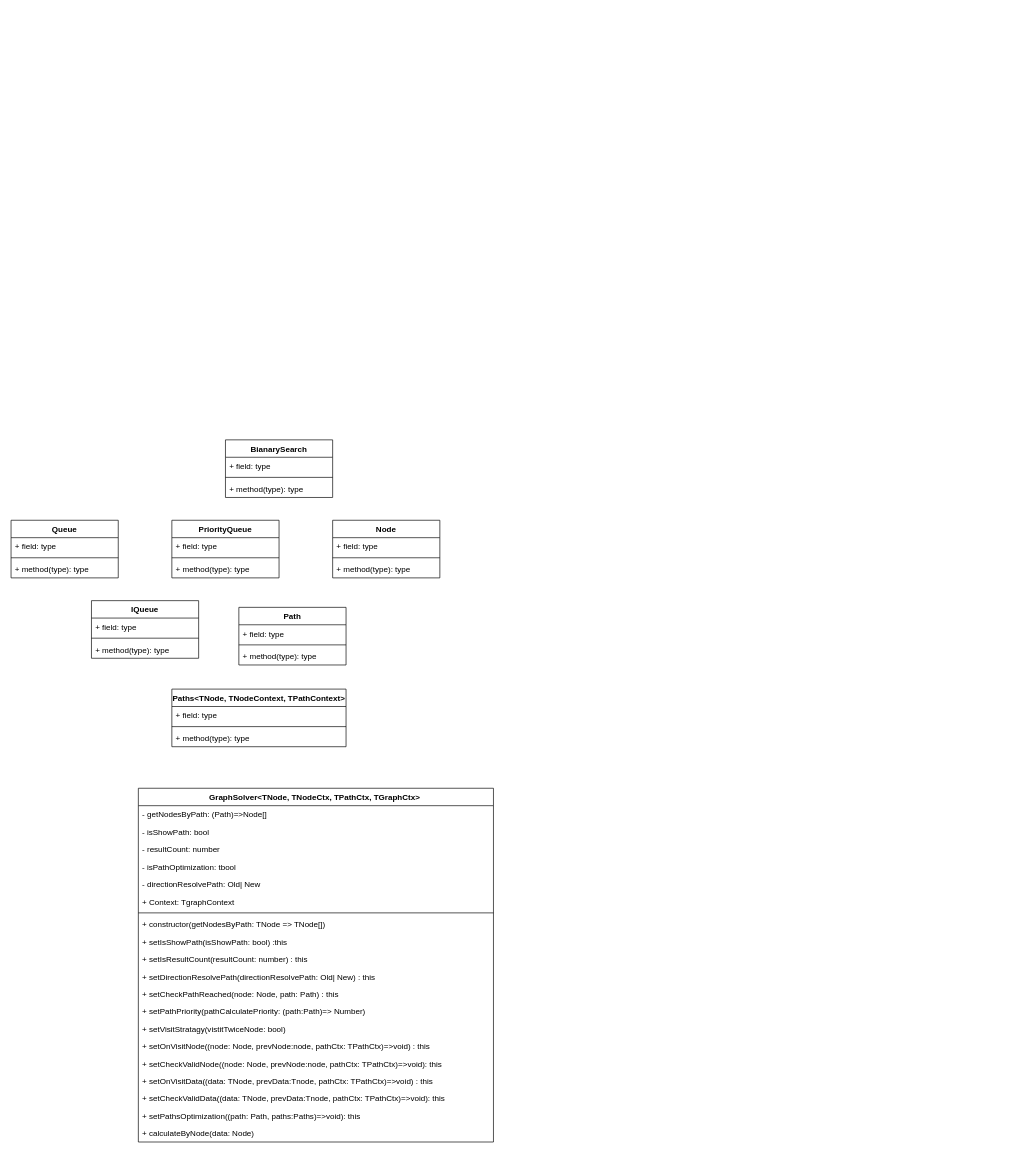
ahibis/grapthSolver keeps this draw.io diagram as project/GraphSolver.drawio. Above is the earlier version. Source tidied: cells renumbered, new cells numbered last; positions are measured from the earlier drawing's top-left corner, leaving out a move shared by most shapes. Both pictures are drawn from the tidied source at 67%, with x=0, y=0 at pixel (11, 440).
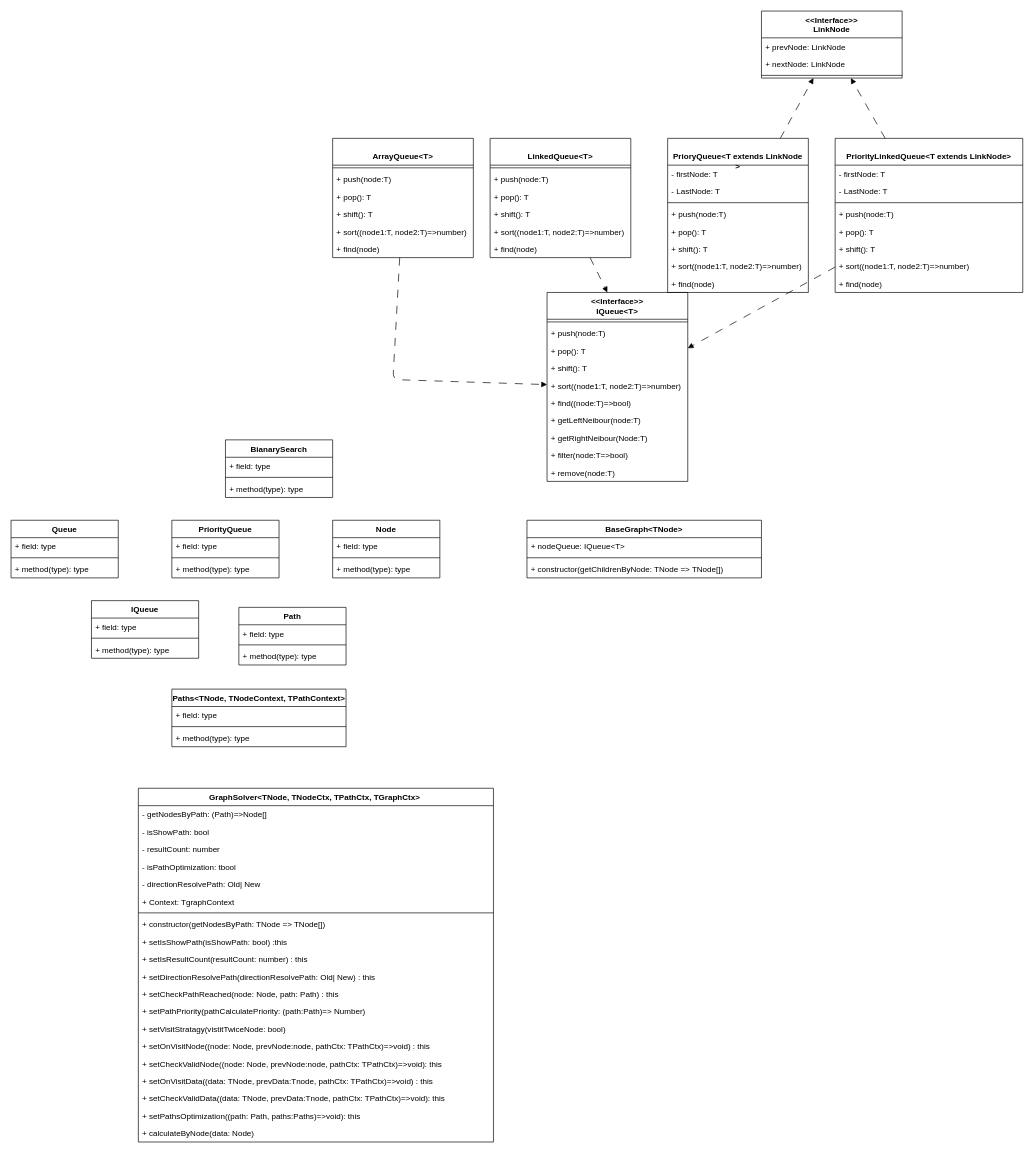
Above is the later version.

Commit message (it also covers changes not shown here):
feat: add ArrayQueue and LinkQueue

Diff of the diagram source:
```diff
@@
+    <mxCell id="51" value="BaseGraph&lt;TNode&gt;" style="swimlane;fontStyle=1;align=center;verticalAlign=top;horizontal=1;startSize=26;" parent="1" vertex="1">
+      <mxGeometry x="770" y="120" width="350" height="86" as="geometry" />
+    </mxCell>
+    <mxCell id="52" value="+ nodeQueue: IQueue&lt;T&gt;" style="text;strokeColor=none;fillColor=none;align=left;verticalAlign=top;spacingLeft=4;spacingRight=4;overflow=hidden;" parent="51" vertex="1">
+      <mxGeometry y="26" width="350" height="26" as="geometry" />
+    </mxCell>
+    <mxCell id="53" style="line;strokeWidth=1;fillColor=none;align=left;verticalAlign=middle;spacingTop=-1;spacingLeft=3;spacingRight=3;labelPosition=right;strokeColor=inherit;" parent="51" vertex="1">
+      <mxGeometry y="52" width="350" height="8" as="geometry" />
+    </mxCell>
+    <mxCell id="54" value="+ constructor(getChildrenByNode: TNode =&gt; TNode[])" style="text;strokeColor=none;fillColor=none;align=left;verticalAlign=top;spacingLeft=4;spacingRight=4;overflow=hidden;" parent="51" vertex="1">
+      <mxGeometry y="60" width="350" height="26" as="geometry" />
+    </mxCell>
+    <mxCell id="55" value="&lt;&lt;Interface&gt;&gt;&#10;IQueue&lt;T&gt;" style="swimlane;fontStyle=1;align=center;verticalAlign=top;horizontal=1;startSize=40;" parent="1" vertex="1">
+      <mxGeometry x="800" y="-220" width="210" height="282" as="geometry" />
+    </mxCell>
+    <mxCell id="56" style="line;strokeWidth=1;fillColor=none;align=left;verticalAlign=middle;spacingTop=-1;spacingLeft=3;spacingRight=3;labelPosition=right;strokeColor=inherit;" parent="55" vertex="1">
+      <mxGeometry y="40" width="210" height="8" as="geometry" />
+    </mxCell>
+    <mxCell id="57" value="+ push(node:T)" style="text;strokeColor=none;fillColor=none;align=left;verticalAlign=top;spacingLeft=4;spacingRight=4;overflow=hidden;" parent="55" vertex="1">
+      <mxGeometry y="48" width="210" height="26" as="geometry" />
+    </mxCell>
+    <mxCell id="58" value="+ pop(): T" style="text;strokeColor=none;fillColor=none;align=left;verticalAlign=top;spacingLeft=4;spacingRight=4;overflow=hidden;" parent="55" vertex="1">
+      <mxGeometry y="74" width="210" height="26" as="geometry" />
+    </mxCell>
+    <mxCell id="59" value="+ shift(): T" style="text;strokeColor=none;fillColor=none;align=left;verticalAlign=top;spacingLeft=4;spacingRight=4;overflow=hidden;" parent="55" vertex="1">
+      <mxGeometry y="100" width="210" height="26" as="geometry" />
+    </mxCell>
+    <mxCell id="60" value="+ sort((node1:T, node2:T)=&gt;number)" style="text;strokeColor=none;fillColor=none;align=left;verticalAlign=top;spacingLeft=4;spacingRight=4;overflow=hidden;" parent="55" vertex="1">
+      <mxGeometry y="126" width="210" height="26" as="geometry" />
+    </mxCell>
+    <mxCell id="61" value="+ find((node:T)=&gt;bool)" style="text;strokeColor=none;fillColor=none;align=left;verticalAlign=top;spacingLeft=4;spacingRight=4;overflow=hidden;" parent="55" vertex="1">
+      <mxGeometry y="152" width="210" height="26" as="geometry" />
+    </mxCell>
+    <mxCell id="62" value="+ getLeftNeibour(node:T)" style="text;strokeColor=none;fillColor=none;align=left;verticalAlign=top;spacingLeft=4;spacingRight=4;overflow=hidden;" parent="55" vertex="1">
+      <mxGeometry y="178" width="210" height="26" as="geometry" />
+    </mxCell>
+    <mxCell id="63" value="+ getRightNeibour(Node:T)" style="text;strokeColor=none;fillColor=none;align=left;verticalAlign=top;spacingLeft=4;spacingRight=4;overflow=hidden;" parent="55" vertex="1">
+      <mxGeometry y="204" width="210" height="26" as="geometry" />
+    </mxCell>
+    <mxCell id="64" value="+ filter(node:T=&gt;bool) " style="text;strokeColor=none;fillColor=none;align=left;verticalAlign=top;spacingLeft=4;spacingRight=4;overflow=hidden;" parent="55" vertex="1">
+      <mxGeometry y="230" width="210" height="26" as="geometry" />
+    </mxCell>
+    <mxCell id="65" value="+ remove(node:T)" style="text;strokeColor=none;fillColor=none;align=left;verticalAlign=top;spacingLeft=4;spacingRight=4;overflow=hidden;" parent="55" vertex="1">
+      <mxGeometry y="256" width="210" height="26" as="geometry" />
+    </mxCell>
+    <mxCell id="66" value="&lt;&lt;Interface&gt;&gt;&#10;LinkNode" style="swimlane;fontStyle=1;align=center;verticalAlign=top;horizontal=1;startSize=40;" parent="1" vertex="1">
+      <mxGeometry x="1120" y="-640" width="210" height="100" as="geometry" />
+    </mxCell>
+    <mxCell id="67" value="+ prevNode: LinkNode" style="text;strokeColor=none;fillColor=none;align=left;verticalAlign=top;spacingLeft=4;spacingRight=4;overflow=hidden;" parent="66" vertex="1">
+      <mxGeometry y="40" width="210" height="26" as="geometry" />
+    </mxCell>
+    <mxCell id="68" value="+ nextNode: LinkNode" style="text;strokeColor=none;fillColor=none;align=left;verticalAlign=top;spacingLeft=4;spacingRight=4;overflow=hidden;" parent="66" vertex="1">
+      <mxGeometry y="66" width="210" height="26" as="geometry" />
+    </mxCell>
+    <mxCell id="69" style="line;strokeWidth=1;fillColor=none;align=left;verticalAlign=middle;spacingTop=-1;spacingLeft=3;spacingRight=3;labelPosition=right;strokeColor=inherit;" parent="66" vertex="1">
+      <mxGeometry y="92" width="210" height="8" as="geometry" />
+    </mxCell>
+    <mxCell id="70" style="edgeStyle=none;html=1;dashed=1;dashPattern=12 12;endArrow=block;endFill=1;" parent="1" edge="1" source="71" target="55">
+      <mxGeometry relative="1" as="geometry">
+        <Array as="points">
+          <mxPoint x="570" y="-90" />
+        </Array>
+      </mxGeometry>
+    </mxCell>
+    <mxCell id="71" value="&#10;ArrayQueue&lt;T&gt;" style="swimlane;fontStyle=1;align=center;verticalAlign=top;horizontal=1;startSize=40;" parent="1" vertex="1">
+      <mxGeometry x="480" y="-450" width="210" height="178" as="geometry" />
+    </mxCell>
+    <mxCell id="72" style="line;strokeWidth=1;fillColor=none;align=left;verticalAlign=middle;spacingTop=-1;spacingLeft=3;spacingRight=3;labelPosition=right;strokeColor=inherit;" parent="71" vertex="1">
+      <mxGeometry y="40" width="210" height="8" as="geometry" />
+    </mxCell>
+    <mxCell id="73" value="+ push(node:T)" style="text;strokeColor=none;fillColor=none;align=left;verticalAlign=top;spacingLeft=4;spacingRight=4;overflow=hidden;" parent="71" vertex="1">
+      <mxGeometry y="48" width="210" height="26" as="geometry" />
+    </mxCell>
+    <mxCell id="74" value="+ pop(): T" style="text;strokeColor=none;fillColor=none;align=left;verticalAlign=top;spacingLeft=4;spacingRight=4;overflow=hidden;" parent="71" vertex="1">
+      <mxGeometry y="74" width="210" height="26" as="geometry" />
+    </mxCell>
+    <mxCell id="75" value="+ shift(): T" style="text;strokeColor=none;fillColor=none;align=left;verticalAlign=top;spacingLeft=4;spacingRight=4;overflow=hidden;" parent="71" vertex="1">
+      <mxGeometry y="100" width="210" height="26" as="geometry" />
+    </mxCell>
+    <mxCell id="76" value="+ sort((node1:T, node2:T)=&gt;number)" style="text;strokeColor=none;fillColor=none;align=left;verticalAlign=top;spacingLeft=4;spacingRight=4;overflow=hidden;" parent="71" vertex="1">
+      <mxGeometry y="126" width="210" height="26" as="geometry" />
+    </mxCell>
+    <mxCell id="77" value="+ find(node)" style="text;strokeColor=none;fillColor=none;align=left;verticalAlign=top;spacingLeft=4;spacingRight=4;overflow=hidden;" parent="71" vertex="1">
+      <mxGeometry y="152" width="210" height="26" as="geometry" />
+    </mxCell>
+    <mxCell id="78" style="edgeStyle=none;html=1;dashed=1;dashPattern=12 12;endArrow=block;endFill=1;" parent="1" edge="1" source="79" target="55">
+      <mxGeometry relative="1" as="geometry">
+        <Array as="points">
+          <mxPoint x="890" y="-220" />
+        </Array>
+      </mxGeometry>
+    </mxCell>
+    <mxCell id="79" value="&#10;LinkedQueue&lt;T&gt;" style="swimlane;fontStyle=1;align=center;verticalAlign=top;horizontal=1;startSize=40;" parent="1" vertex="1">
+      <mxGeometry x="715" y="-450" width="210" height="178" as="geometry" />
+    </mxCell>
+    <mxCell id="80" style="line;strokeWidth=1;fillColor=none;align=left;verticalAlign=middle;spacingTop=-1;spacingLeft=3;spacingRight=3;labelPosition=right;strokeColor=inherit;" parent="79" vertex="1">
+      <mxGeometry y="40" width="210" height="8" as="geometry" />
+    </mxCell>
+    <mxCell id="81" value="+ push(node:T)" style="text;strokeColor=none;fillColor=none;align=left;verticalAlign=top;spacingLeft=4;spacingRight=4;overflow=hidden;" parent="79" vertex="1">
+      <mxGeometry y="48" width="210" height="26" as="geometry" />
+    </mxCell>
+    <mxCell id="82" value="+ pop(): T" style="text;strokeColor=none;fillColor=none;align=left;verticalAlign=top;spacingLeft=4;spacingRight=4;overflow=hidden;" parent="79" vertex="1">
+      <mxGeometry y="74" width="210" height="26" as="geometry" />
+    </mxCell>
+    <mxCell id="83" value="+ shift(): T" style="text;strokeColor=none;fillColor=none;align=left;verticalAlign=top;spacingLeft=4;spacingRight=4;overflow=hidden;" parent="79" vertex="1">
+      <mxGeometry y="100" width="210" height="26" as="geometry" />
+    </mxCell>
+    <mxCell id="84" value="+ sort((node1:T, node2:T)=&gt;number)" style="text;strokeColor=none;fillColor=none;align=left;verticalAlign=top;spacingLeft=4;spacingRight=4;overflow=hidden;" parent="79" vertex="1">
+      <mxGeometry y="126" width="210" height="26" as="geometry" />
+    </mxCell>
+    <mxCell id="85" value="+ find(node)" style="text;strokeColor=none;fillColor=none;align=left;verticalAlign=top;spacingLeft=4;spacingRight=4;overflow=hidden;" parent="79" vertex="1">
+      <mxGeometry y="152" width="210" height="26" as="geometry" />
+    </mxCell>
+    <mxCell id="86" style="edgeStyle=none;html=1;dashed=1;dashPattern=12 12;endArrow=block;endFill=1;" parent="1" edge="1" source="87" target="66">
+      <mxGeometry relative="1" as="geometry" />
+    </mxCell>
+    <mxCell id="87" value="&#10;PrioryQueue&lt;T extends LinkNode&#10;&gt;" style="swimlane;fontStyle=1;align=center;verticalAlign=top;horizontal=1;startSize=40;" parent="1" vertex="1">
+      <mxGeometry x="980" y="-450" width="210" height="230" as="geometry" />
+    </mxCell>
+    <mxCell id="88" value="- firstNode: T" style="text;strokeColor=none;fillColor=none;align=left;verticalAlign=top;spacingLeft=4;spacingRight=4;overflow=hidden;" parent="87" vertex="1">
+      <mxGeometry y="40" width="210" height="26" as="geometry" />
+    </mxCell>
+    <mxCell id="89" value="- LastNode: T" style="text;strokeColor=none;fillColor=none;align=left;verticalAlign=top;spacingLeft=4;spacingRight=4;overflow=hidden;" parent="87" vertex="1">
+      <mxGeometry y="66" width="210" height="26" as="geometry" />
+    </mxCell>
+    <mxCell id="90" style="line;strokeWidth=1;fillColor=none;align=left;verticalAlign=middle;spacingTop=-1;spacingLeft=3;spacingRight=3;labelPosition=right;strokeColor=inherit;" parent="87" vertex="1">
+      <mxGeometry y="92" width="210" height="8" as="geometry" />
+    </mxCell>
+    <mxCell id="91" value="+ push(node:T)" style="text;strokeColor=none;fillColor=none;align=left;verticalAlign=top;spacingLeft=4;spacingRight=4;overflow=hidden;" parent="87" vertex="1">
+      <mxGeometry y="100" width="210" height="26" as="geometry" />
+    </mxCell>
+    <mxCell id="92" value="+ pop(): T" style="text;strokeColor=none;fillColor=none;align=left;verticalAlign=top;spacingLeft=4;spacingRight=4;overflow=hidden;" parent="87" vertex="1">
+      <mxGeometry y="126" width="210" height="26" as="geometry" />
+    </mxCell>
+    <mxCell id="93" value="+ shift(): T" style="text;strokeColor=none;fillColor=none;align=left;verticalAlign=top;spacingLeft=4;spacingRight=4;overflow=hidden;" parent="87" vertex="1">
+      <mxGeometry y="152" width="210" height="26" as="geometry" />
+    </mxCell>
+    <mxCell id="94" value="+ sort((node1:T, node2:T)=&gt;number)" style="text;strokeColor=none;fillColor=none;align=left;verticalAlign=top;spacingLeft=4;spacingRight=4;overflow=hidden;" parent="87" vertex="1">
+      <mxGeometry y="178" width="210" height="26" as="geometry" />
+    </mxCell>
+    <mxCell id="95" value="+ find(node)" style="text;strokeColor=none;fillColor=none;align=left;verticalAlign=top;spacingLeft=4;spacingRight=4;overflow=hidden;" parent="87" vertex="1">
+      <mxGeometry y="204" width="210" height="26" as="geometry" />
+    </mxCell>
+    <mxCell id="96" value="&#10;PriorityLinkedQueue&lt;T extends LinkNode&gt;" style="swimlane;fontStyle=1;align=center;verticalAlign=top;horizontal=1;startSize=40;" parent="1" vertex="1">
+      <mxGeometry x="1230" y="-450" width="280" height="230" as="geometry" />
+    </mxCell>
+    <mxCell id="97" value="- firstNode: T" style="text;strokeColor=none;fillColor=none;align=left;verticalAlign=top;spacingLeft=4;spacingRight=4;overflow=hidden;" parent="96" vertex="1">
+      <mxGeometry y="40" width="280" height="26" as="geometry" />
+    </mxCell>
+    <mxCell id="98" value="- LastNode: T" style="text;strokeColor=none;fillColor=none;align=left;verticalAlign=top;spacingLeft=4;spacingRight=4;overflow=hidden;" parent="96" vertex="1">
+      <mxGeometry y="66" width="280" height="26" as="geometry" />
+    </mxCell>
+    <mxCell id="99" style="line;strokeWidth=1;fillColor=none;align=left;verticalAlign=middle;spacingTop=-1;spacingLeft=3;spacingRight=3;labelPosition=right;strokeColor=inherit;" parent="96" vertex="1">
+      <mxGeometry y="92" width="280" height="8" as="geometry" />
+    </mxCell>
+    <mxCell id="100" value="+ push(node:T)" style="text;strokeColor=none;fillColor=none;align=left;verticalAlign=top;spacingLeft=4;spacingRight=4;overflow=hidden;" parent="96" vertex="1">
+      <mxGeometry y="100" width="280" height="26" as="geometry" />
+    </mxCell>
+    <mxCell id="101" value="+ pop(): T" style="text;strokeColor=none;fillColor=none;align=left;verticalAlign=top;spacingLeft=4;spacingRight=4;overflow=hidden;" parent="96" vertex="1">
+      <mxGeometry y="126" width="280" height="26" as="geometry" />
+    </mxCell>
+    <mxCell id="102" value="+ shift(): T" style="text;strokeColor=none;fillColor=none;align=left;verticalAlign=top;spacingLeft=4;spacingRight=4;overflow=hidden;" parent="96" vertex="1">
+      <mxGeometry y="152" width="280" height="26" as="geometry" />
+    </mxCell>
+    <mxCell id="103" value="+ sort((node1:T, node2:T)=&gt;number)" style="text;strokeColor=none;fillColor=none;align=left;verticalAlign=top;spacingLeft=4;spacingRight=4;overflow=hidden;" parent="96" vertex="1">
+      <mxGeometry y="178" width="280" height="26" as="geometry" />
+    </mxCell>
+    <mxCell id="104" value="+ find(node)" style="text;strokeColor=none;fillColor=none;align=left;verticalAlign=top;spacingLeft=4;spacingRight=4;overflow=hidden;" parent="96" vertex="1">
+      <mxGeometry y="204" width="280" height="26" as="geometry" />
+    </mxCell>
+    <mxCell id="105" style="edgeStyle=none;html=1;dashed=1;dashPattern=12 12;endArrow=block;endFill=1;" parent="1" edge="1" source="87" target="55">
+      <mxGeometry relative="1" as="geometry" />
+    </mxCell>
+    <mxCell id="106" style="edgeStyle=none;html=1;dashed=1;dashPattern=12 12;endArrow=block;endFill=1;" parent="1" edge="1" source="96" target="55">
+      <mxGeometry relative="1" as="geometry" />
+    </mxCell>
+    <mxCell id="107" style="edgeStyle=none;html=1;dashed=1;dashPattern=12 12;endArrow=block;endFill=1;" parent="1" edge="1" source="96" target="66">
+      <mxGeometry relative="1" as="geometry" />
+    </mxCell>
```
